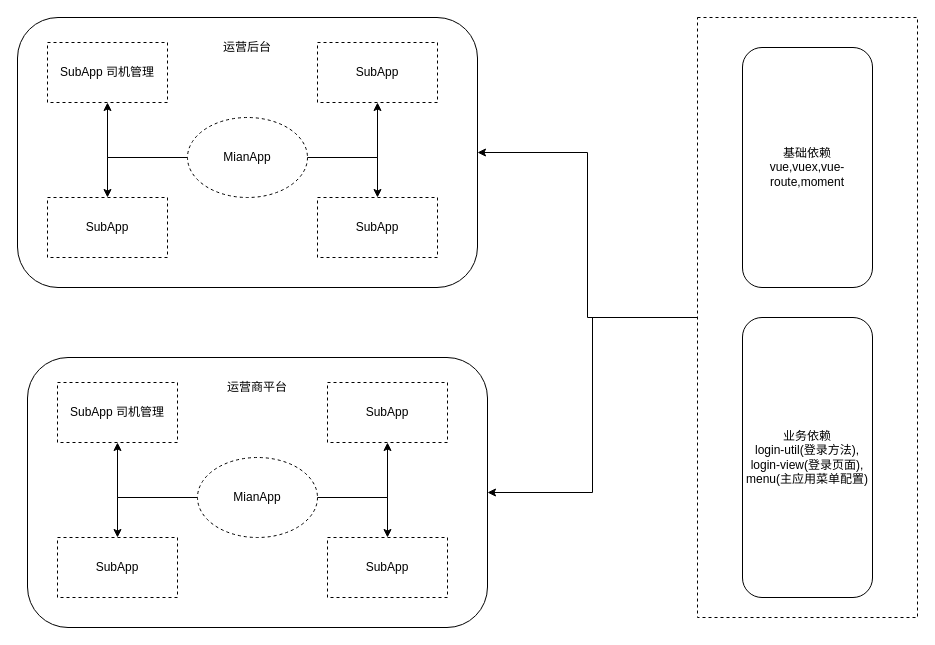
Earlier version of the draw.io diagram 业务平台应用拆分.drawio (sfyr111/draw). Source tidied: cells renumbered, new cells numbered last; positions are measured from the earlier drawing's top-left corner, leaving out a move shared by most shapes. Both pictures are drawn from the tidied source at 100%, with x=0, y=0 at pixel (17, 17).
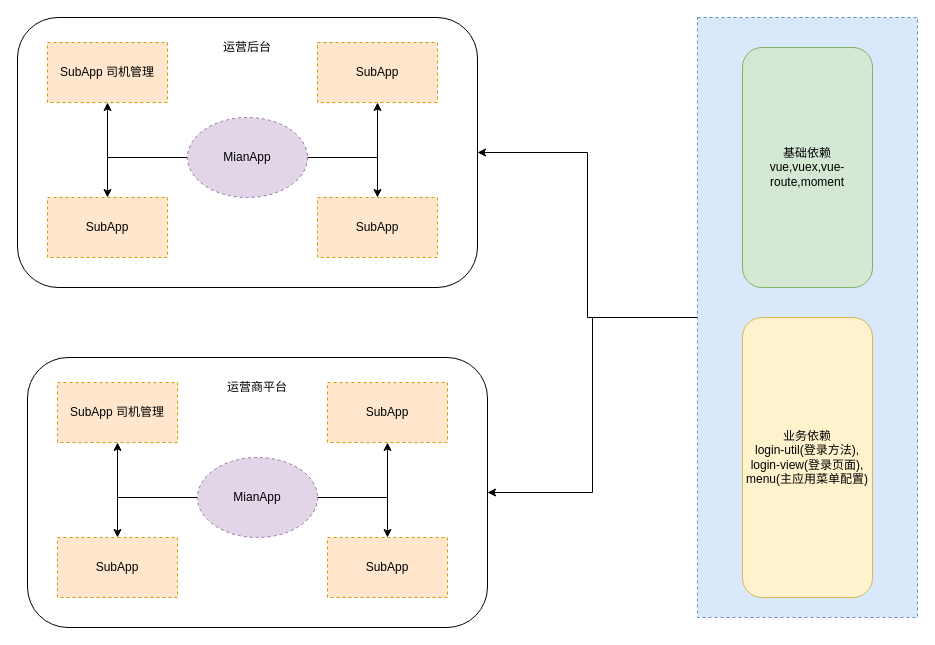
The same page after the edit.

Commit message (it also covers changes not shown here):
更新业务平台应用拆分.drawio

Change to the diagram source:
```diff
@@
-    <mxCell id="4" style="rounded=0;whiteSpace=wrap;html=1;dashed=1;" parent="1" vertex="1">
+    <mxCell id="4" style="rounded=0;whiteSpace=wrap;html=1;dashed=1;fillColor=#dae8fc;strokeColor=#6c8ebf;" parent="1" vertex="1">
       <mxGeometry x="680" width="220" height="600" as="geometry" />
     </mxCell>
-    <mxCell id="5" value="基础依赖&lt;br&gt;vue,vuex,vue-route,moment" style="rounded=1;whiteSpace=wrap;html=1;" parent="1" vertex="1">
+    <mxCell id="5" value="基础依赖&lt;br&gt;vue,vuex,vue-route,moment" style="rounded=1;whiteSpace=wrap;html=1;fillColor=#d5e8d4;strokeColor=#82b366;" parent="1" vertex="1">
       <mxGeometry x="725" y="30" width="130" height="240" as="geometry" />
     </mxCell>
-    <mxCell id="6" value="业务依赖&lt;br&gt;login-util(登录方法), login-view(登录页面), menu(主应用菜单配置)" style="rounded=1;whiteSpace=wrap;html=1;" parent="1" vertex="1">
+    <mxCell id="6" value="业务依赖&lt;br&gt;login-util(登录方法), login-view(登录页面), menu(主应用菜单配置)" style="rounded=1;whiteSpace=wrap;html=1;fillColor=#fff2cc;strokeColor=#d6b656;" parent="1" vertex="1">
       <mxGeometry x="725" y="300" width="130" height="280" as="geometry" />
     </mxCell>
@@
-    <mxCell id="8" value="SubApp 司机管理" style="rounded=0;whiteSpace=wrap;html=1;dashed=1;" parent="1" vertex="1">
+    <mxCell id="8" value="SubApp 司机管理" style="rounded=0;whiteSpace=wrap;html=1;dashed=1;fillColor=#ffe6cc;strokeColor=#d79b00;" parent="1" vertex="1">
       <mxGeometry x="30" y="25" width="120" height="60" as="geometry" />
     </mxCell>
-    <mxCell id="9" value="SubApp" style="rounded=0;whiteSpace=wrap;html=1;dashed=1;" parent="1" vertex="1">
+    <mxCell id="9" value="SubApp" style="rounded=0;whiteSpace=wrap;html=1;dashed=1;fillColor=#ffe6cc;strokeColor=#d79b00;" parent="1" vertex="1">
       <mxGeometry x="300" y="25" width="120" height="60" as="geometry" />
     </mxCell>
-    <mxCell id="10" value="SubApp" style="rounded=0;whiteSpace=wrap;html=1;dashed=1;" parent="1" vertex="1">
+    <mxCell id="10" value="SubApp" style="rounded=0;whiteSpace=wrap;html=1;dashed=1;fillColor=#ffe6cc;strokeColor=#d79b00;" parent="1" vertex="1">
       <mxGeometry x="30" y="180" width="120" height="60" as="geometry" />
     </mxCell>
-    <mxCell id="11" value="SubApp" style="rounded=0;whiteSpace=wrap;html=1;dashed=1;" parent="1" vertex="1">
+    <mxCell id="11" value="SubApp" style="rounded=0;whiteSpace=wrap;html=1;dashed=1;fillColor=#ffe6cc;strokeColor=#d79b00;" parent="1" vertex="1">
       <mxGeometry x="300" y="180" width="120" height="60" as="geometry" />
     </mxCell>
@@
-    <mxCell id="16" value="MianApp" style="ellipse;whiteSpace=wrap;html=1;dashed=1;" parent="1" vertex="1">
+    <mxCell id="16" value="MianApp" style="ellipse;whiteSpace=wrap;html=1;dashed=1;fillColor=#e1d5e7;strokeColor=#9673a6;" parent="1" vertex="1">
       <mxGeometry x="170" y="100" width="120" height="80" as="geometry" />
     </mxCell>
@@
-    <mxCell id="19" value="SubApp 司机管理" style="rounded=0;whiteSpace=wrap;html=1;dashed=1;" parent="1" vertex="1">
+    <mxCell id="19" value="SubApp 司机管理" style="rounded=0;whiteSpace=wrap;html=1;dashed=1;fillColor=#ffe6cc;strokeColor=#d79b00;" parent="1" vertex="1">
       <mxGeometry x="40" y="365" width="120" height="60" as="geometry" />
     </mxCell>
-    <mxCell id="20" value="SubApp" style="rounded=0;whiteSpace=wrap;html=1;dashed=1;" parent="1" vertex="1">
+    <mxCell id="20" value="SubApp" style="rounded=0;whiteSpace=wrap;html=1;dashed=1;fillColor=#ffe6cc;strokeColor=#d79b00;" parent="1" vertex="1">
       <mxGeometry x="310" y="365" width="120" height="60" as="geometry" />
     </mxCell>
-    <mxCell id="21" value="SubApp" style="rounded=0;whiteSpace=wrap;html=1;dashed=1;" parent="1" vertex="1">
+    <mxCell id="21" value="SubApp" style="rounded=0;whiteSpace=wrap;html=1;dashed=1;fillColor=#ffe6cc;strokeColor=#d79b00;" parent="1" vertex="1">
       <mxGeometry x="40" y="520" width="120" height="60" as="geometry" />
     </mxCell>
-    <mxCell id="22" value="SubApp" style="rounded=0;whiteSpace=wrap;html=1;dashed=1;" parent="1" vertex="1">
+    <mxCell id="22" value="SubApp" style="rounded=0;whiteSpace=wrap;html=1;dashed=1;fillColor=#ffe6cc;strokeColor=#d79b00;" parent="1" vertex="1">
       <mxGeometry x="310" y="520" width="120" height="60" as="geometry" />
     </mxCell>
@@
-    <mxCell id="27" value="MianApp" style="ellipse;whiteSpace=wrap;html=1;dashed=1;" parent="1" vertex="1">
+    <mxCell id="27" value="MianApp" style="ellipse;whiteSpace=wrap;html=1;dashed=1;fillColor=#e1d5e7;strokeColor=#9673a6;" parent="1" vertex="1">
       <mxGeometry x="180" y="440" width="120" height="80" as="geometry" />
     </mxCell>
```
